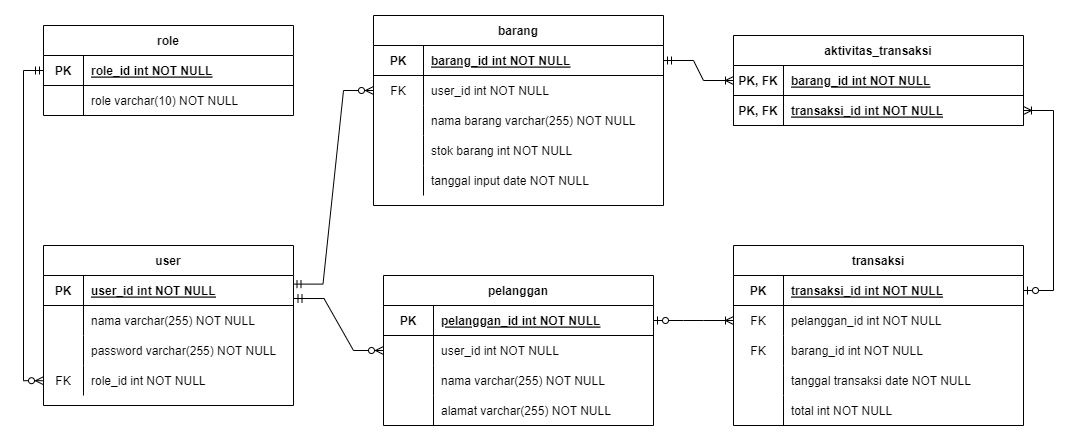
This is ERD_Tokoku.png from BE14-Kelompok6/Tokoku, a draw.io export, as it was before one commit. Source tidied: cells renumbered, new cells last; positions are measured from the earlier drawing's top-left corner, leaving out a move shared by most shapes.
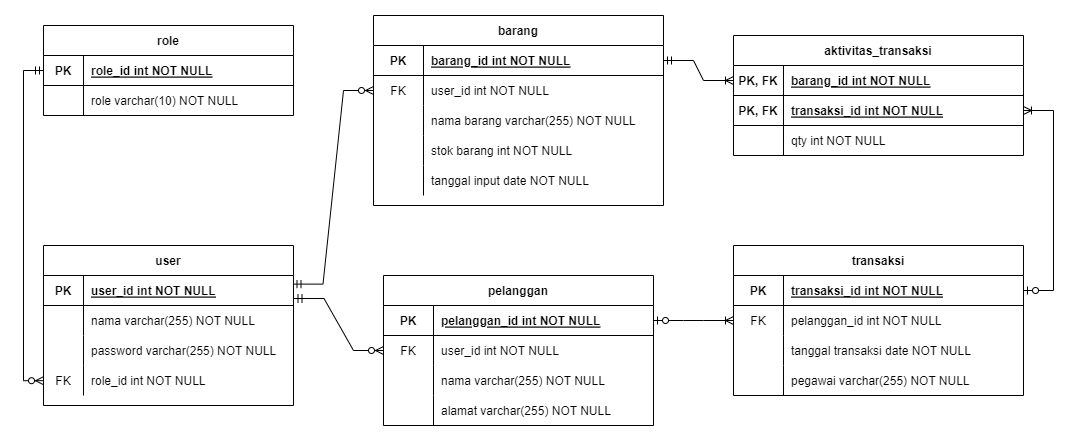
The same diagram one commit later.

The edit, as a diff of the source:
```diff
@@ -110,27 +110,6 @@
     <mxCell id="37" value="role_id int NOT NULL" style="shape=partialRectangle;overflow=hidden;fillColor=none;top=0;left=0;bottom=0;right=0;align=left;spacingLeft=6;" parent="35" vertex="1">
       <mxGeometry x="40" width="210" height="30" as="geometry" />
     </mxCell>
-    <mxCell id="38" value="aktivitas_transaksi" style="shape=table;startSize=30;rowLines=0;fontStyle=1;align=center;" parent="1" vertex="1">
-      <mxGeometry x="710" y="20" width="290" height="90" as="geometry" />
-    </mxCell>
-    <mxCell id="39" style="shape=tableRow;horizontal=0;startSize=0;swimlaneHead=0;swimlaneBody=0;fillColor=none;points=[[0,0.5],[1,0.5]];portConstraint=eastwest;top=0;left=0;right=0;bottom=1;" parent="38" vertex="1">
-      <mxGeometry y="30" width="290" height="30" as="geometry" />
-    </mxCell>
-    <mxCell id="40" value="PK, FK" style="shape=partialRectangle;fillColor=none;top=0;left=0;bottom=0;right=0;fontStyle=1;overflow=hidden;" parent="39" vertex="1">
-      <mxGeometry width="50" height="30" as="geometry" />
-    </mxCell>
-    <mxCell id="41" value="barang_id int NOT NULL" style="shape=partialRectangle;fillColor=none;top=0;left=0;bottom=0;right=0;align=left;spacingLeft=6;fontStyle=5;overflow=hidden;" parent="39" vertex="1">
-      <mxGeometry x="50" width="240" height="30" as="geometry" />
-    </mxCell>
-    <mxCell id="42" style="shape=tableRow;horizontal=0;startSize=0;swimlaneHead=0;swimlaneBody=0;fillColor=none;points=[[0,0.5],[1,0.5]];portConstraint=eastwest;top=0;left=0;right=0;bottom=1;" parent="38" vertex="1">
-      <mxGeometry y="60" width="290" height="30" as="geometry" />
-    </mxCell>
-    <mxCell id="43" value="PK, FK" style="shape=partialRectangle;fillColor=none;top=0;left=0;bottom=0;right=0;fontStyle=1;overflow=hidden;" parent="42" vertex="1">
-      <mxGeometry width="50" height="30" as="geometry" />
-    </mxCell>
-    <mxCell id="44" value="transaksi_id int NOT NULL" style="shape=partialRectangle;fillColor=none;top=0;left=0;bottom=0;right=0;align=left;spacingLeft=6;fontStyle=5;overflow=hidden;" parent="42" vertex="1">
-      <mxGeometry x="50" width="240" height="30" as="geometry" />
-    </mxCell>
     <mxCell id="45" value="pelanggan" style="shape=table;startSize=30;rowLines=0;fontStyle=1;align=center;" parent="1" vertex="1">
       <mxGeometry x="360" y="260" width="270" height="150" as="geometry" />
     </mxCell>
@@ -146,7 +125,7 @@
     <mxCell id="49" style="shape=tableRow;horizontal=0;startSize=0;swimlaneHead=0;swimlaneBody=0;fillColor=none;points=[[0,0.5],[1,0.5]];portConstraint=eastwest;top=0;left=0;right=0;bottom=0;" parent="45" vertex="1">
       <mxGeometry y="60" width="270" height="30" as="geometry" />
     </mxCell>
-    <mxCell id="50" style="shape=partialRectangle;fillColor=none;top=0;left=0;bottom=0;right=0;overflow=hidden;" parent="49" vertex="1">
+    <mxCell id="50" value="FK" style="shape=partialRectangle;fillColor=none;top=0;left=0;bottom=0;right=0;overflow=hidden;" parent="49" vertex="1">
       <mxGeometry width="50" height="30" as="geometry" />
     </mxCell>
     <mxCell id="51" value="user_id int NOT NULL" style="shape=partialRectangle;fillColor=none;top=0;left=0;bottom=0;right=0;align=left;spacingLeft=6;overflow=hidden;" parent="49" vertex="1">
@@ -171,7 +150,7 @@
       <mxGeometry x="50" width="220" height="30" as="geometry" />
     </mxCell>
     <mxCell id="58" value="transaksi" style="shape=table;startSize=30;rowLines=0;fontStyle=1;align=center;" parent="1" vertex="1">
-      <mxGeometry x="710" y="230" width="290" height="180" as="geometry" />
+      <mxGeometry x="710" y="230" width="290" height="150" as="geometry" />
     </mxCell>
     <mxCell id="59" style="shape=tableRow;horizontal=0;startSize=0;swimlaneHead=0;swimlaneBody=0;fillColor=none;points=[[0,0.5],[1,0.5]];portConstraint=eastwest;top=0;left=0;right=0;bottom=1;" parent="58" vertex="1">
       <mxGeometry y="30" width="290" height="30" as="geometry" />
@@ -191,17 +170,8 @@
     <mxCell id="64" value="pelanggan_id int NOT NULL" style="shape=partialRectangle;fillColor=none;top=0;left=0;bottom=0;right=0;align=left;spacingLeft=6;overflow=hidden;" parent="62" vertex="1">
       <mxGeometry x="50" width="240" height="30" as="geometry" />
     </mxCell>
-    <mxCell id="65" style="shape=tableRow;horizontal=0;startSize=0;swimlaneHead=0;swimlaneBody=0;fillColor=none;top=0;left=0;right=0;bottom=0;" parent="58" vertex="1">
-      <mxGeometry y="90" width="290" height="30" as="geometry" />
-    </mxCell>
-    <mxCell id="66" value="FK" style="shape=partialRectangle;fillColor=none;top=0;left=0;bottom=0;right=0;overflow=hidden;" parent="65" vertex="1">
-      <mxGeometry width="50" height="30" as="geometry" />
-    </mxCell>
-    <mxCell id="67" value="barang_id int NOT NULL" style="shape=partialRectangle;fillColor=none;top=0;left=0;bottom=0;right=0;align=left;spacingLeft=6;overflow=hidden;" parent="65" vertex="1">
-      <mxGeometry x="50" width="240" height="30" as="geometry" />
-    </mxCell>
     <mxCell id="68" style="shape=tableRow;horizontal=0;startSize=0;swimlaneHead=0;swimlaneBody=0;fillColor=none;top=0;left=0;right=0;bottom=0;" parent="58" vertex="1">
-      <mxGeometry y="120" width="290" height="30" as="geometry" />
+      <mxGeometry y="90" width="290" height="30" as="geometry" />
     </mxCell>
     <mxCell id="69" style="shape=partialRectangle;fillColor=none;top=0;left=0;bottom=0;right=0;overflow=hidden;" parent="68" vertex="1">
       <mxGeometry width="50" height="30" as="geometry" />
@@ -210,12 +180,12 @@
       <mxGeometry x="50" width="240" height="30" as="geometry" />
     </mxCell>
     <mxCell id="71" style="shape=tableRow;horizontal=0;startSize=0;swimlaneHead=0;swimlaneBody=0;fillColor=none;top=0;left=0;right=0;bottom=0;" parent="58" vertex="1">
-      <mxGeometry y="150" width="290" height="30" as="geometry" />
+      <mxGeometry y="120" width="290" height="30" as="geometry" />
     </mxCell>
     <mxCell id="72" style="shape=partialRectangle;fillColor=none;top=0;left=0;bottom=0;right=0;overflow=hidden;" parent="71" vertex="1">
       <mxGeometry width="50" height="30" as="geometry" />
     </mxCell>
-    <mxCell id="73" value="total int NOT NULL" style="shape=partialRectangle;fillColor=none;top=0;left=0;bottom=0;right=0;align=left;spacingLeft=6;overflow=hidden;" parent="71" vertex="1">
+    <mxCell id="73" value="pegawai varchar(255) NOT NULL" style="shape=partialRectangle;fillColor=none;top=0;left=0;bottom=0;right=0;align=left;spacingLeft=6;overflow=hidden;" parent="71" vertex="1">
       <mxGeometry x="50" width="240" height="30" as="geometry" />
     </mxCell>
     <mxCell id="74" style="edgeStyle=orthogonalEdgeStyle;fontSize=12;html=1;endArrow=ERzeroToMany;startArrow=ERmandOne;rounded=0;exitX=0;exitY=0.5;exitDx=0;exitDy=0;" parent="1" edge="1" source="19">
@@ -236,11 +206,41 @@
     <mxCell id="77" style="edgeStyle=entityRelationEdgeStyle;fontSize=12;html=1;endArrow=ERoneToMany;startArrow=ERzeroToOne;rounded=0;exitX=1;exitY=0.5;exitDx=0;exitDy=0;entryX=0;entryY=0.5;entryDx=0;entryDy=0;" parent="1" edge="1" source="46" target="62">
       <mxGeometry relative="1" as="geometry" />
     </mxCell>
-    <mxCell id="78" style="edgeStyle=entityRelationEdgeStyle;fontSize=12;html=1;endArrow=ERoneToMany;startArrow=ERzeroToOne;rounded=0;exitX=1;exitY=0.5;exitDx=0;exitDy=0;entryX=1;entryY=0.5;entryDx=0;entryDy=0;" parent="1" edge="1" source="59" target="42">
+    <mxCell id="78" style="edgeStyle=entityRelationEdgeStyle;fontSize=12;html=1;endArrow=ERoneToMany;startArrow=ERzeroToOne;rounded=0;exitX=1;exitY=0.5;exitDx=0;exitDy=0;entryX=1;entryY=0.5;entryDx=0;entryDy=0;" parent="1" edge="1" source="59" target="83">
       <mxGeometry relative="1" as="geometry" />
     </mxCell>
-    <mxCell id="79" style="edgeStyle=entityRelationEdgeStyle;fontSize=12;html=1;endArrow=ERoneToMany;startArrow=ERmandOne;rounded=0;exitX=1;exitY=0.5;exitDx=0;exitDy=0;entryX=0;entryY=0.5;entryDx=0;entryDy=0;" parent="1" edge="1" source="3" target="39">
+    <mxCell id="79" style="edgeStyle=entityRelationEdgeStyle;fontSize=12;html=1;endArrow=ERoneToMany;startArrow=ERmandOne;rounded=0;exitX=1;exitY=0.5;exitDx=0;exitDy=0;entryX=0;entryY=0.5;entryDx=0;entryDy=0;" parent="1" edge="1" source="3" target="80">
       <mxGeometry relative="1" as="geometry" />
     </mxCell>
+    <mxCell id="38" value="aktivitas_transaksi" style="shape=table;startSize=30;rowLines=0;fontStyle=1;align=center;" parent="1" vertex="1">
+      <mxGeometry x="710" y="20" width="290" height="120" as="geometry" />
+    </mxCell>
+    <mxCell id="80" style="shape=partialRectangle;fillColor=none;points=[[0,0.5],[1,0.5]];portConstraint=eastwest;top=0;left=0;right=0;bottom=1;" parent="38" vertex="1">
+      <mxGeometry y="30" width="290" height="30" as="geometry" />
+    </mxCell>
+    <mxCell id="81" value="PK, FK" style="shape=partialRectangle;overflow=hidden;fillColor=none;top=0;left=0;bottom=0;right=0;fontStyle=1;" parent="80" vertex="1">
+      <mxGeometry width="50" height="30" as="geometry" />
+    </mxCell>
+    <mxCell id="82" value="barang_id int NOT NULL " style="shape=partialRectangle;overflow=hidden;fillColor=none;top=0;left=0;bottom=0;right=0;align=left;spacingLeft=6;fontStyle=5;" parent="80" vertex="1">
+      <mxGeometry x="50" width="240" height="30" as="geometry" />
+    </mxCell>
+    <mxCell id="83" style="shape=partialRectangle;fillColor=none;points=[[0,0.5],[1,0.5]];portConstraint=eastwest;top=0;left=0;right=0;bottom=1;" parent="38" vertex="1">
+      <mxGeometry y="60" width="290" height="30" as="geometry" />
+    </mxCell>
+    <mxCell id="84" value="PK, FK" style="shape=partialRectangle;overflow=hidden;fillColor=none;top=0;left=0;bottom=0;right=0;fontStyle=1;" parent="83" vertex="1">
+      <mxGeometry width="50" height="30" as="geometry" />
+    </mxCell>
+    <mxCell id="44" value="transaksi_id int NOT NULL " style="shape=partialRectangle;overflow=hidden;fillColor=none;top=0;left=0;bottom=0;right=0;align=left;spacingLeft=6;fontStyle=5;" parent="83" vertex="1">
+      <mxGeometry x="50" width="240" height="30" as="geometry" />
+    </mxCell>
+    <mxCell id="85" style="shape=partialRectangle;fillColor=none;top=0;left=0;right=0;bottom=0;" parent="38" vertex="1">
+      <mxGeometry y="90" width="290" height="30" as="geometry" />
+    </mxCell>
+    <mxCell id="86" style="shape=partialRectangle;overflow=hidden;fillColor=none;top=0;left=0;bottom=0;right=0;" parent="85" vertex="1">
+      <mxGeometry width="50" height="30" as="geometry" />
+    </mxCell>
+    <mxCell id="87" value="qty int NOT NULL" style="shape=partialRectangle;overflow=hidden;fillColor=none;top=0;left=0;bottom=0;right=0;align=left;spacingLeft=6;" parent="85" vertex="1">
+      <mxGeometry x="50" width="240" height="30" as="geometry" />
+    </mxCell>
   </root>
 </mxGraphModel>
```
